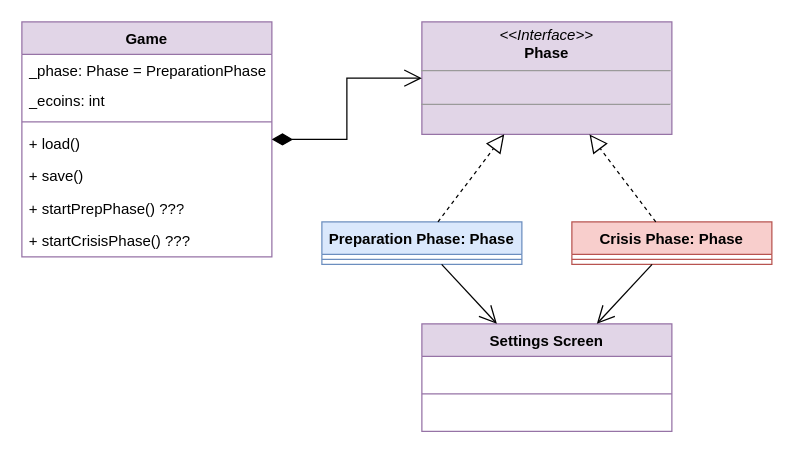
Before: page "Game Framework" (1 of 5) of doc/emergenCITY_SEArchitecture.drawio in Spexify/emergenCity, a draw.io diagram. Source tidied: cells renumbered, new cells numbered last; positions are measured from the earlier drawing's top-left corner, leaving out a move shared by most shapes. Both pictures are drawn from the tidied source at 125%, with x=0, y=0 at pixel (21, 21).
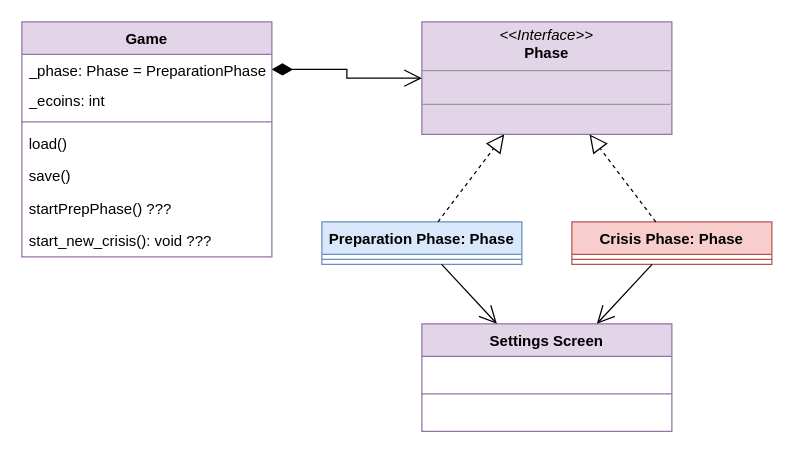
After the change.

Unchanged cells that the change refers to:
```xml
<mxCell id="11" value="Game" style="swimlane;fontStyle=1;align=center;verticalAlign=top;horizontal=1;startSize=26;whiteSpace=wrap;html=1;fillColor=#e1d5e7;strokeColor=#9673a6;" parent="1" vertex="1">
  <mxGeometry width="200" height="188" as="geometry" />
</mxCell>
<mxCell id="12" value="_phase: Phase = PreparationPhase" style="text;strokeColor=none;fillColor=none;align=left;verticalAlign=top;spacingLeft=4;spacingRight=4;overflow=hidden;points=[[0,0.5],[1,0.5]];portConstraint=eastwest;whiteSpace=wrap;html=1;" parent="11" vertex="1">
  <mxGeometry y="26" width="200" height="24" as="geometry" />
</mxCell>
<mxCell id="19" value="&lt;p style=&quot;margin:0px;margin-top:4px;text-align:center;&quot;&gt;&lt;i&gt;&amp;lt;&amp;lt;Interface&amp;gt;&amp;gt;&lt;/i&gt;&lt;br&gt;&lt;b&gt;Phase&lt;/b&gt;&lt;/p&gt;&lt;hr size=&quot;1&quot;&gt;&lt;p style=&quot;margin:0px;margin-left:4px;&quot;&gt;&lt;br&gt;&lt;/p&gt;&lt;hr size=&quot;1&quot;&gt;&lt;p style=&quot;margin:0px;margin-left:4px;&quot;&gt;&lt;br&gt;&lt;/p&gt;" style="verticalAlign=top;align=left;overflow=fill;fontSize=12;fontFamily=Helvetica;html=1;whiteSpace=wrap;fillColor=#e1d5e7;strokeColor=#9673a6;" parent="1" vertex="1">
  <mxGeometry x="320" width="200" height="90" as="geometry" />
</mxCell>
```

Diff of the diagram source:
```diff
@@
-    <mxCell id="15" value="+ load()" style="text;strokeColor=none;fillColor=none;align=left;verticalAlign=top;spacingLeft=4;spacingRight=4;overflow=hidden;whiteSpace=wrap;html=1;" parent="11" vertex="1">
+    <mxCell id="15" value="load()" style="text;strokeColor=none;fillColor=none;align=left;verticalAlign=top;spacingLeft=4;spacingRight=4;overflow=hidden;whiteSpace=wrap;html=1;" parent="11" vertex="1">
       <mxGeometry y="84" width="200" height="26" as="geometry" />
     </mxCell>
-    <mxCell id="16" value="+ save()" style="text;strokeColor=none;fillColor=none;align=left;verticalAlign=top;spacingLeft=4;spacingRight=4;overflow=hidden;whiteSpace=wrap;html=1;" parent="11" vertex="1">
+    <mxCell id="16" value="save()" style="text;strokeColor=none;fillColor=none;align=left;verticalAlign=top;spacingLeft=4;spacingRight=4;overflow=hidden;whiteSpace=wrap;html=1;" parent="11" vertex="1">
       <mxGeometry y="110" width="200" height="26" as="geometry" />
     </mxCell>
-    <mxCell id="17" value="+ startPrepPhase() ???" style="text;strokeColor=none;fillColor=none;align=left;verticalAlign=top;spacingLeft=4;spacingRight=4;overflow=hidden;whiteSpace=wrap;html=1;" parent="11" vertex="1">
+    <mxCell id="17" value="startPrepPhase() ???" style="text;strokeColor=none;fillColor=none;align=left;verticalAlign=top;spacingLeft=4;spacingRight=4;overflow=hidden;whiteSpace=wrap;html=1;" parent="11" vertex="1">
       <mxGeometry y="136" width="200" height="26" as="geometry" />
     </mxCell>
-    <mxCell id="18" value="+ startCrisisPhase() ???" style="text;strokeColor=none;fillColor=none;align=left;verticalAlign=top;spacingLeft=4;spacingRight=4;overflow=hidden;whiteSpace=wrap;html=1;" parent="11" vertex="1">
+    <mxCell id="18" value="start_new_crisis(): void ???" style="text;strokeColor=none;fillColor=none;align=left;verticalAlign=top;spacingLeft=4;spacingRight=4;overflow=hidden;whiteSpace=wrap;html=1;" parent="11" vertex="1">
       <mxGeometry y="162" width="200" height="26" as="geometry" />
     </mxCell>
@@
-    <mxCell id="23" style="endArrow=open;html=1;endSize=12;startArrow=diamondThin;startSize=14;startFill=1;edgeStyle=orthogonalEdgeStyle;align=left;verticalAlign=bottom;rounded=0;" parent="1" edge="1" source="11" target="19">
+    <mxCell id="23" style="endArrow=open;html=1;endSize=12;startArrow=diamondThin;startSize=14;startFill=1;edgeStyle=orthogonalEdgeStyle;align=left;verticalAlign=bottom;rounded=0;exitX=1;exitY=0.5;exitDx=0;exitDy=0;" parent="1" edge="1" source="12" target="19">
       <mxGeometry x="-0.39" y="20" relative="1" as="geometry" />
     </mxCell>
```
